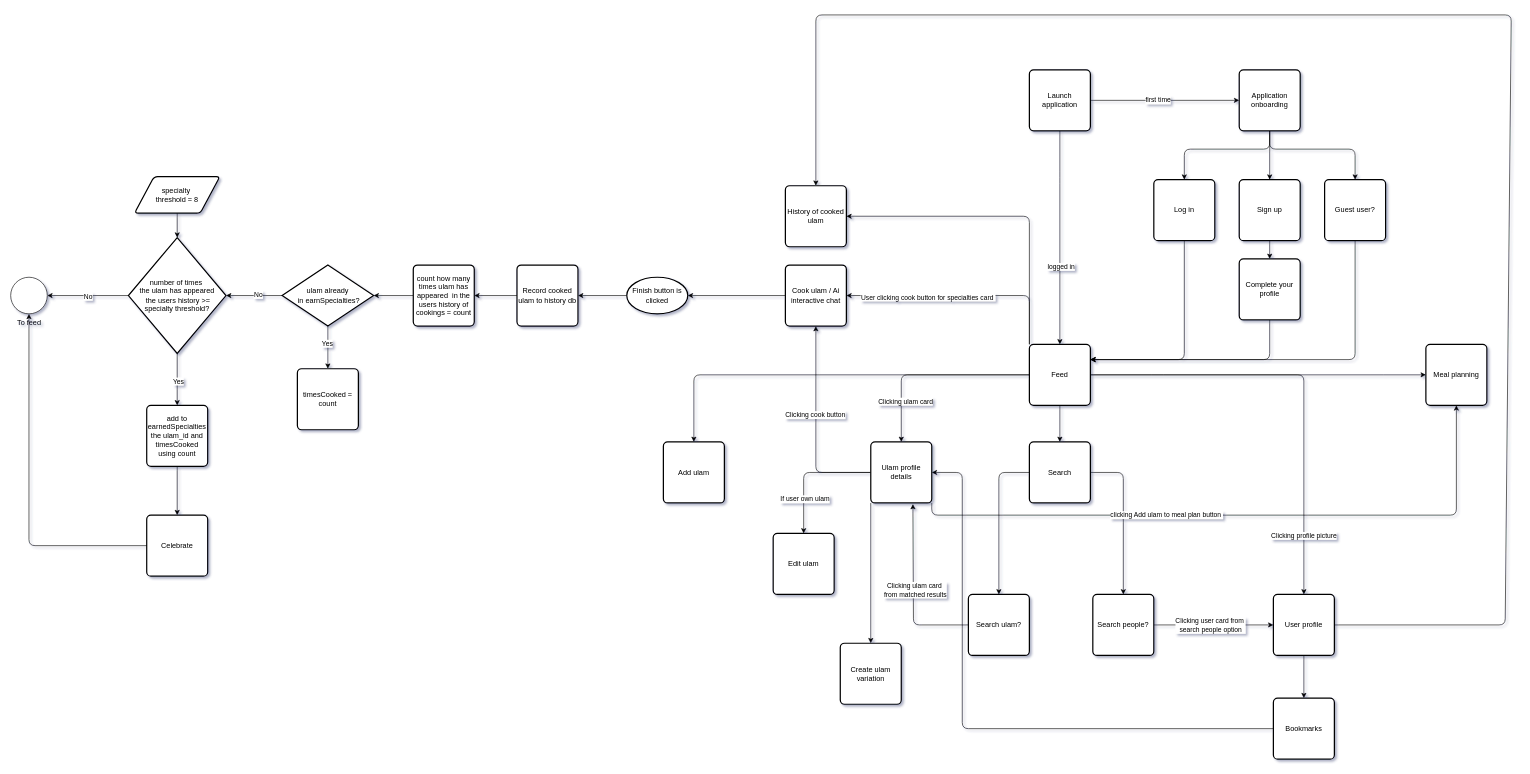
Earlier version of the draw.io diagram FLOW.drawio (audemarsodato/ulalam). Source tidied: cells renumbered, new cells numbered last; positions are measured from the earlier drawing's top-left corner, leaving out a move shared by most shapes. Both pictures are drawn from the tidied source at 61%, with x=0, y=0 at pixel (10, 15).
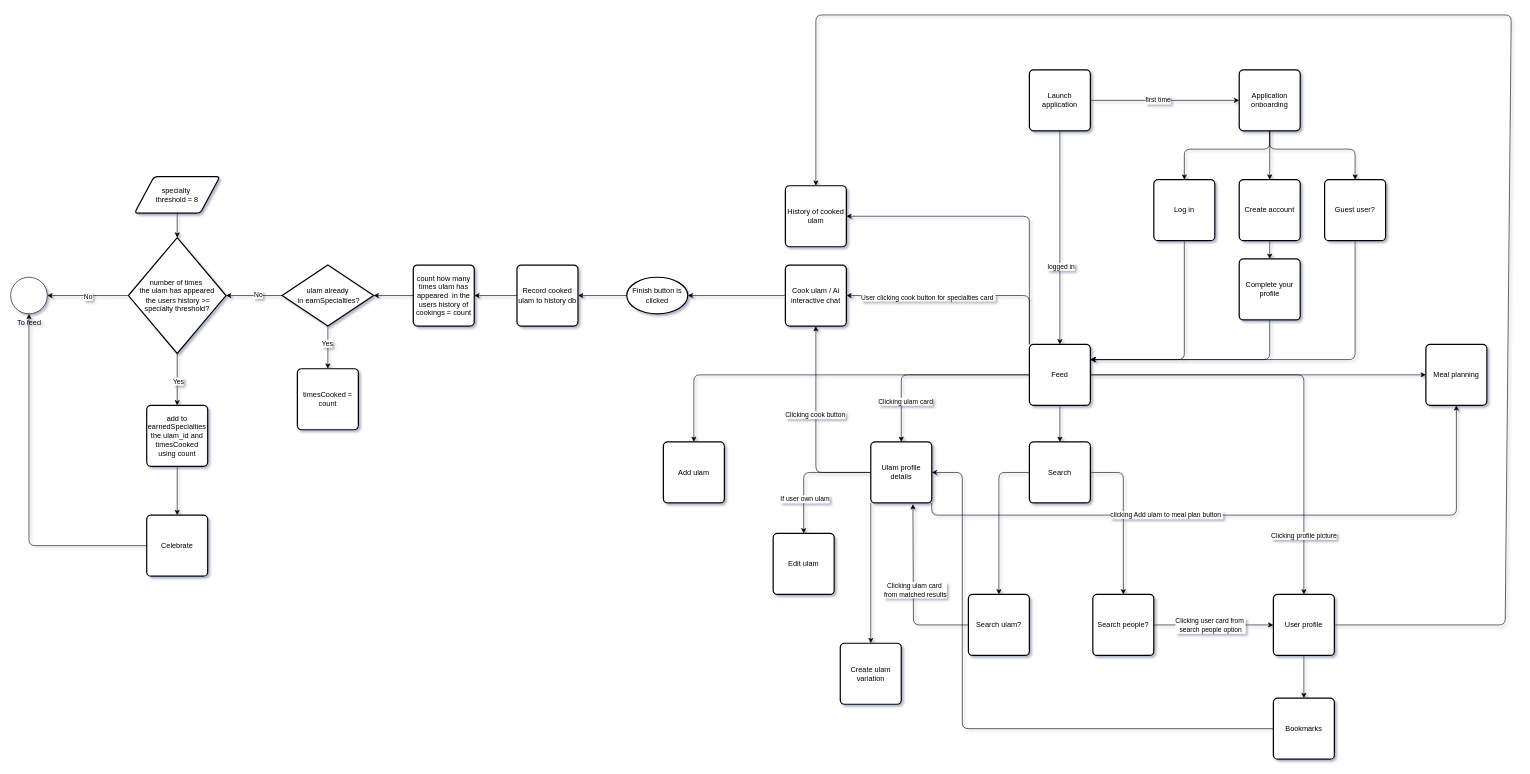
The same diagram, later.

Commit message (it also covers changes not shown here):
docs:  Update page contents and finish initial wireframing

The edit, as a diff of the source:
```diff
@@
-    <mxCell id="39" value="Sign up" style="rounded=1;whiteSpace=wrap;html=1;absoluteArcSize=1;arcSize=14;strokeWidth=2;" parent="1" vertex="1">
+    <mxCell id="39" value="Create account" style="rounded=1;whiteSpace=wrap;html=1;absoluteArcSize=1;arcSize=14;strokeWidth=2;" parent="1" vertex="1">
       <mxGeometry x="2014" y="270" width="100" height="100" as="geometry" />
     </mxCell>
```
